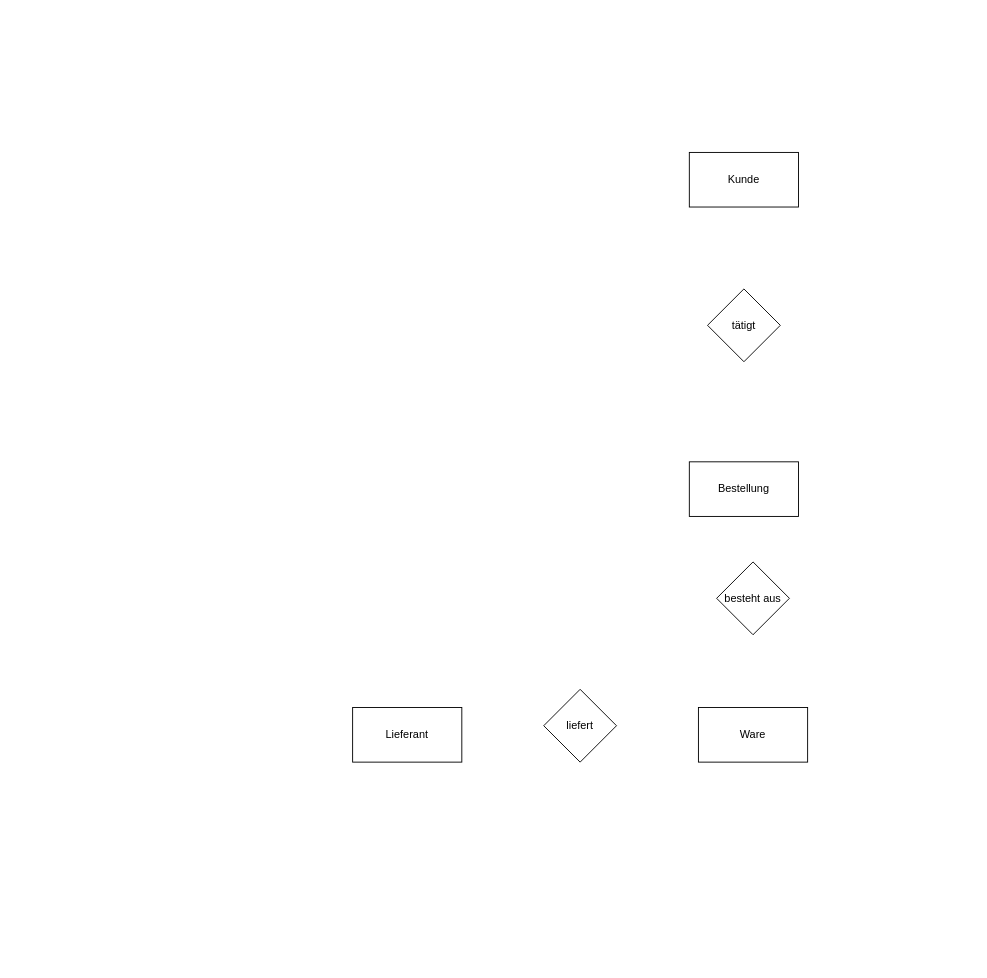
RegularK/eur0camp keeps this draw.io diagram as Untitled Diagram.drawio. Above is the earlier version. Source tidied: cells renumbered, new cells numbered last; positions are measured from the earlier drawing's top-left corner, leaving out a move shared by most shapes. Both pictures are drawn from the tidied source at 91%, with x=0, y=0 at pixel (352, 152).
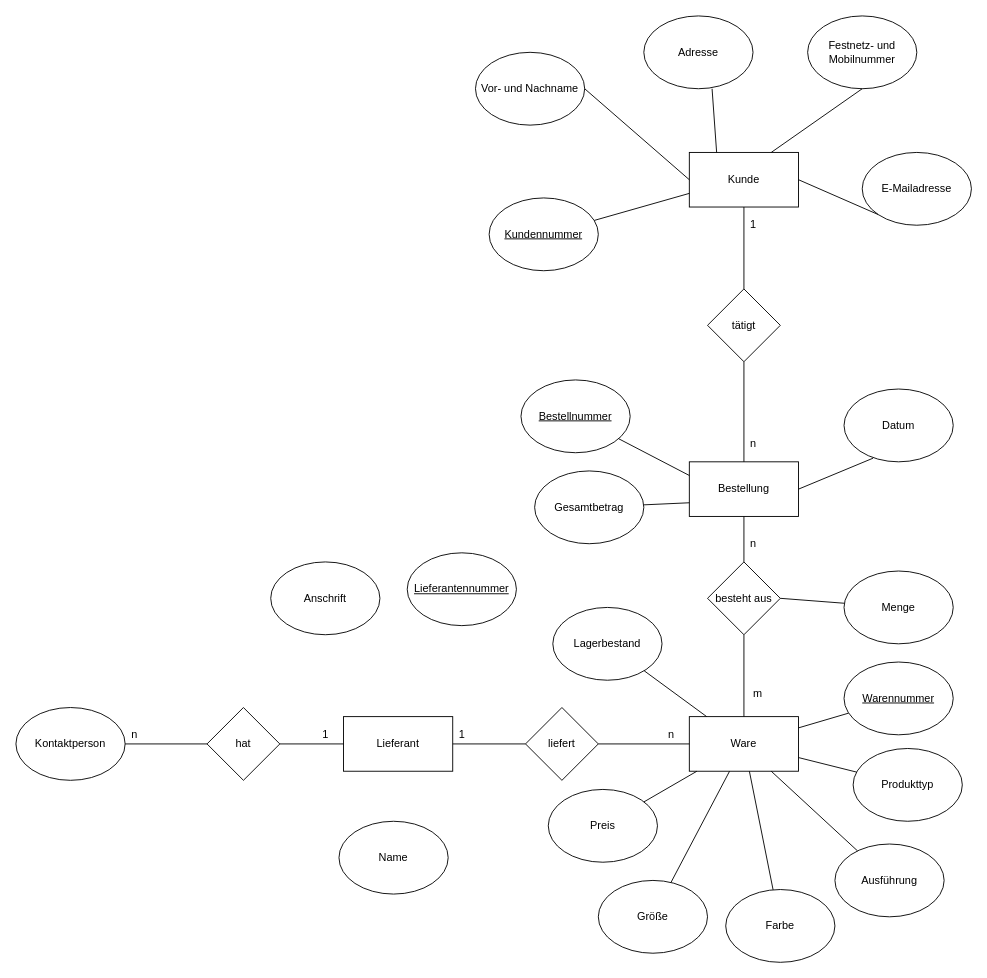
The same diagram, later.

The change refers to these unchanged cells:
```xml
<mxCell id="2" value="Kunde" style="rounded=0;whiteSpace=wrap;html=1;" parent="1" vertex="1">
  <mxGeometry x="370" width="120" height="60" as="geometry" />
</mxCell>
<mxCell id="3" value="Bestellung" style="rounded=0;whiteSpace=wrap;html=1;" parent="1" vertex="1">
  <mxGeometry x="370" y="340" width="120" height="60" as="geometry" />
</mxCell>
<mxCell id="6" value="tätigt" style="rhombus;whiteSpace=wrap;html=1;" parent="1" vertex="1">
  <mxGeometry x="390" y="150" width="80" height="80" as="geometry" />
</mxCell>
```

Change to the diagram source:
```diff
@@
     <mxCell id="4" value="Lieferant" style="rounded=0;whiteSpace=wrap;html=1;" parent="1" vertex="1">
-      <mxGeometry y="610" width="120" height="60" as="geometry" />
+      <mxGeometry x="-10" y="620" width="120" height="60" as="geometry" />
     </mxCell>
     <mxCell id="5" value="Ware" style="rounded=0;whiteSpace=wrap;html=1;" parent="1" vertex="1">
-      <mxGeometry x="380" y="610" width="120" height="60" as="geometry" />
+      <mxGeometry x="370" y="620" width="120" height="60" as="geometry" />
     </mxCell>
@@
     <mxCell id="7" value="besteht aus" style="rhombus;whiteSpace=wrap;html=1;" parent="1" vertex="1">
-      <mxGeometry x="400" y="450" width="80" height="80" as="geometry" />
+      <mxGeometry x="390" y="450" width="80" height="80" as="geometry" />
     </mxCell>
     <mxCell id="8" value="liefert" style="rhombus;whiteSpace=wrap;html=1;" parent="1" vertex="1">
-      <mxGeometry x="210" y="590" width="80" height="80" as="geometry" />
+      <mxGeometry x="190" y="610" width="80" height="80" as="geometry" />
     </mxCell>
+    <mxCell id="9" style="endArrow=none;html=1;rounded=0;entryX=0.5;entryY=1;entryDx=0;entryDy=0;exitX=0.5;exitY=0;exitDx=0;exitDy=0;" parent="1" edge="1" source="3" target="6">
+      <mxGeometry relative="1" as="geometry" />
+    </mxCell>
+    <mxCell id="10" style="endArrow=none;html=1;rounded=0;entryX=0.5;entryY=1;entryDx=0;entryDy=0;exitX=0.5;exitY=0;exitDx=0;exitDy=0;" parent="1" edge="1" source="7" target="3">
+      <mxGeometry relative="1" as="geometry" />
+    </mxCell>
+    <mxCell id="11" style="endArrow=none;html=1;rounded=0;entryX=0.5;entryY=1;entryDx=0;entryDy=0;exitX=0.5;exitY=0;exitDx=0;exitDy=0;" parent="1" edge="1" source="5" target="7">
+      <mxGeometry relative="1" as="geometry" />
+    </mxCell>
+    <mxCell id="12" style="endArrow=none;html=1;rounded=0;entryX=0;entryY=0.5;entryDx=0;entryDy=0;exitX=1;exitY=0.5;exitDx=0;exitDy=0;" parent="1" edge="1" source="8" target="5">
+      <mxGeometry relative="1" as="geometry" />
+    </mxCell>
+    <mxCell id="13" style="endArrow=none;html=1;rounded=0;exitX=1;exitY=0.5;exitDx=0;exitDy=0;" parent="1" edge="1" source="4" target="8">
+      <mxGeometry relative="1" as="geometry" />
+    </mxCell>
+    <mxCell id="14" style="endArrow=none;html=1;rounded=0;entryX=0.5;entryY=1;entryDx=0;entryDy=0;" parent="1" edge="1" source="6" target="2">
+      <mxGeometry relative="1" as="geometry" />
+    </mxCell>
+    <mxCell id="15" value="1" style="text;html=1;align=center;verticalAlign=middle;strokeColor=none;fillColor=none;" parent="1" vertex="1">
+      <mxGeometry x="425" y="65" width="30" height="30" as="geometry" />
+    </mxCell>
+    <mxCell id="16" value="n" style="text;html=1;align=center;verticalAlign=middle;strokeColor=none;fillColor=none;" parent="1" vertex="1">
+      <mxGeometry x="425" y="305" width="30" height="30" as="geometry" />
+    </mxCell>
+    <mxCell id="17" value="n" style="text;html=1;align=center;verticalAlign=middle;strokeColor=none;fillColor=none;" parent="1" vertex="1">
+      <mxGeometry x="425" y="415" width="30" height="30" as="geometry" />
+    </mxCell>
+    <mxCell id="18" value="m" style="text;html=1;align=center;verticalAlign=middle;strokeColor=none;fillColor=none;" parent="1" vertex="1">
+      <mxGeometry x="430" y="580" width="30" height="30" as="geometry" />
+    </mxCell>
+    <mxCell id="19" value="n" style="text;html=1;align=center;verticalAlign=middle;strokeColor=none;fillColor=none;" parent="1" vertex="1">
+      <mxGeometry x="335" y="625" width="30" height="30" as="geometry" />
+    </mxCell>
+    <mxCell id="20" value="1" style="text;html=1;align=center;verticalAlign=middle;strokeColor=none;fillColor=none;" parent="1" vertex="1">
+      <mxGeometry x="105" y="625" width="30" height="30" as="geometry" />
+    </mxCell>
+    <mxCell id="21" value="Vor- und Nachname" style="ellipse;whiteSpace=wrap;html=1;" parent="1" vertex="1">
+      <mxGeometry x="135" y="-110" width="120" height="80" as="geometry" />
+    </mxCell>
+    <mxCell id="22" value="Adresse" style="ellipse;whiteSpace=wrap;html=1;" parent="1" vertex="1">
+      <mxGeometry x="320" y="-150" width="120" height="80" as="geometry" />
+    </mxCell>
+    <mxCell id="23" value="Festnetz- und Mobilnummer" style="ellipse;whiteSpace=wrap;html=1;" parent="1" vertex="1">
+      <mxGeometry x="500" y="-150" width="120" height="80" as="geometry" />
+    </mxCell>
+    <mxCell id="24" value="E-Mailadresse" style="ellipse;whiteSpace=wrap;html=1;" parent="1" vertex="1">
+      <mxGeometry x="560" width="120" height="80" as="geometry" />
+    </mxCell>
+    <mxCell id="25" style="endArrow=none;html=1;rounded=0;entryX=0;entryY=1;entryDx=0;entryDy=0;exitX=1;exitY=0.5;exitDx=0;exitDy=0;" parent="1" edge="1" source="2" target="24">
+      <mxGeometry relative="1" as="geometry" />
+    </mxCell>
+    <mxCell id="26" style="endArrow=none;html=1;rounded=0;entryX=0.5;entryY=1;entryDx=0;entryDy=0;exitX=0.75;exitY=0;exitDx=0;exitDy=0;" parent="1" edge="1" source="2" target="23">
+      <mxGeometry relative="1" as="geometry" />
+    </mxCell>
+    <mxCell id="27" style="endArrow=none;html=1;rounded=0;entryX=0.625;entryY=1;entryDx=0;entryDy=0;entryPerimeter=0;exitX=0.25;exitY=0;exitDx=0;exitDy=0;" parent="1" edge="1" source="2" target="22">
+      <mxGeometry relative="1" as="geometry" />
+    </mxCell>
+    <mxCell id="28" style="endArrow=none;html=1;rounded=0;exitX=1;exitY=0.5;exitDx=0;exitDy=0;entryX=0;entryY=0.5;entryDx=0;entryDy=0;" parent="1" edge="1" source="21" target="2">
+      <mxGeometry relative="1" as="geometry" />
+    </mxCell>
+    <mxCell id="29" value="Datum" style="ellipse;whiteSpace=wrap;html=1;" parent="1" vertex="1">
+      <mxGeometry x="540" y="260" width="120" height="80" as="geometry" />
+    </mxCell>
+    <mxCell id="30" value="Gesamtbetrag" style="ellipse;whiteSpace=wrap;html=1;" parent="1" vertex="1">
+      <mxGeometry x="200" y="350" width="120" height="80" as="geometry" />
+    </mxCell>
+    <mxCell id="31" value="&lt;u&gt;Bestellnummer&lt;/u&gt;" style="ellipse;whiteSpace=wrap;html=1;" parent="1" vertex="1">
+      <mxGeometry x="185" y="250" width="120" height="80" as="geometry" />
+    </mxCell>
+    <mxCell id="32" style="endArrow=none;html=1;rounded=0;entryX=1;entryY=0.5;entryDx=0;entryDy=0;exitX=0.266;exitY=0.95;exitDx=0;exitDy=0;exitPerimeter=0;" parent="1" edge="1" source="29" target="3">
+      <mxGeometry relative="1" as="geometry" />
+    </mxCell>
+    <mxCell id="33" style="endArrow=none;html=1;rounded=0;exitX=0;exitY=0.75;exitDx=0;exitDy=0;" parent="1" edge="1" source="3" target="30">
+      <mxGeometry relative="1" as="geometry" />
+    </mxCell>
+    <mxCell id="34" style="endArrow=none;html=1;rounded=0;exitX=0;exitY=0.25;exitDx=0;exitDy=0;" parent="1" edge="1" source="3" target="31">
+      <mxGeometry relative="1" as="geometry" />
+    </mxCell>
+    <mxCell id="35" value="Menge" style="ellipse;whiteSpace=wrap;html=1;" parent="1" vertex="1">
+      <mxGeometry x="540" y="460" width="120" height="80" as="geometry" />
+    </mxCell>
+    <mxCell id="36" style="endArrow=none;html=1;rounded=0;exitX=1;exitY=0.5;exitDx=0;exitDy=0;" parent="1" edge="1" source="7" target="35">
+      <mxGeometry relative="1" as="geometry" />
+    </mxCell>
+    <mxCell id="37" value="&lt;u&gt;Kundennummer&lt;/u&gt;" style="ellipse;whiteSpace=wrap;html=1;" parent="1" vertex="1">
+      <mxGeometry x="150" y="50" width="120" height="80" as="geometry" />
+    </mxCell>
+    <mxCell id="38" style="endArrow=none;html=1;rounded=0;entryX=0;entryY=0.75;entryDx=0;entryDy=0;" parent="1" edge="1" source="37" target="2">
+      <mxGeometry relative="1" as="geometry" />
+    </mxCell>
+    <mxCell id="39" value="&lt;u&gt;Warennummer&lt;/u&gt;" style="ellipse;whiteSpace=wrap;html=1;" parent="1" vertex="1">
+      <mxGeometry x="540" y="560" width="120" height="80" as="geometry" />
+    </mxCell>
+    <mxCell id="40" value="Ausführung" style="ellipse;whiteSpace=wrap;html=1;" parent="1" vertex="1">
+      <mxGeometry x="530" y="760" width="120" height="80" as="geometry" />
+    </mxCell>
+    <mxCell id="41" value="Produkttyp" style="ellipse;whiteSpace=wrap;html=1;" parent="1" vertex="1">
+      <mxGeometry x="550" y="655" width="120" height="80" as="geometry" />
+    </mxCell>
+    <mxCell id="42" value="Farbe" style="ellipse;whiteSpace=wrap;html=1;" parent="1" vertex="1">
+      <mxGeometry x="410" y="810" width="120" height="80" as="geometry" />
+    </mxCell>
+    <mxCell id="43" value="Größe" style="ellipse;whiteSpace=wrap;html=1;" parent="1" vertex="1">
+      <mxGeometry x="270" y="800" width="120" height="80" as="geometry" />
+    </mxCell>
+    <mxCell id="44" value="Lagerbestand" style="ellipse;whiteSpace=wrap;html=1;" parent="1" vertex="1">
+      <mxGeometry x="220" y="500" width="120" height="80" as="geometry" />
+    </mxCell>
+    <mxCell id="45" value="Preis" style="ellipse;whiteSpace=wrap;html=1;" parent="1" vertex="1">
+      <mxGeometry x="215" y="700" width="120" height="80" as="geometry" />
+    </mxCell>
+    <mxCell id="46" style="endArrow=none;html=1;rounded=0;" parent="1" edge="1" source="5" target="44">
+      <mxGeometry relative="1" as="geometry" />
+    </mxCell>
+    <mxCell id="47" style="endArrow=none;html=1;rounded=0;" parent="1" edge="1" source="5" target="39">
+      <mxGeometry relative="1" as="geometry" />
+    </mxCell>
+    <mxCell id="48" style="endArrow=none;html=1;rounded=0;" parent="1" edge="1" source="5" target="41">
+      <mxGeometry relative="1" as="geometry" />
+    </mxCell>
+    <mxCell id="49" style="endArrow=none;html=1;rounded=0;exitX=0.75;exitY=1;exitDx=0;exitDy=0;" parent="1" edge="1" source="5" target="40">
+      <mxGeometry relative="1" as="geometry" />
+    </mxCell>
+    <mxCell id="50" style="endArrow=none;html=1;rounded=0;" parent="1" edge="1" source="42" target="5">
+      <mxGeometry relative="1" as="geometry" />
+    </mxCell>
+    <mxCell id="51" style="endArrow=none;html=1;rounded=0;" parent="1" edge="1" source="43" target="5">
+      <mxGeometry relative="1" as="geometry" />
+    </mxCell>
+    <mxCell id="52" style="endArrow=none;html=1;rounded=0;" parent="1" edge="1" source="45" target="5">
+      <mxGeometry relative="1" as="geometry" />
+    </mxCell>
+    <mxCell id="53" value="Kontaktperson" style="ellipse;whiteSpace=wrap;html=1;" parent="1" vertex="1">
+      <mxGeometry x="-370" y="610" width="120" height="80" as="geometry" />
+    </mxCell>
+    <mxCell id="54" value="hat" style="rhombus;whiteSpace=wrap;html=1;" parent="1" vertex="1">
+      <mxGeometry x="-160" y="610" width="80" height="80" as="geometry" />
+    </mxCell>
+    <mxCell id="55" style="endArrow=none;html=1;rounded=0;entryX=0;entryY=0.5;entryDx=0;entryDy=0;" parent="1" edge="1" source="54" target="4">
+      <mxGeometry relative="1" as="geometry" />
+    </mxCell>
+    <mxCell id="56" style="endArrow=none;html=1;rounded=0;" parent="1" edge="1" source="53" target="54">
+      <mxGeometry relative="1" as="geometry" />
+    </mxCell>
+    <mxCell id="57" value="1" style="text;html=1;align=center;verticalAlign=middle;strokeColor=none;fillColor=none;" parent="1" vertex="1">
+      <mxGeometry x="-45" y="625" width="30" height="30" as="geometry" />
+    </mxCell>
+    <mxCell id="58" value="n" style="text;html=1;align=center;verticalAlign=middle;strokeColor=none;fillColor=none;" parent="1" vertex="1">
+      <mxGeometry x="-255" y="625" width="30" height="30" as="geometry" />
+    </mxCell>
+    <mxCell id="59" value="&lt;u&gt;Lieferantennummer&lt;/u&gt;" style="ellipse;whiteSpace=wrap;html=1;" parent="1" vertex="1">
+      <mxGeometry x="60" y="440" width="120" height="80" as="geometry" />
+    </mxCell>
+    <mxCell id="60" value="Anschrift" style="ellipse;whiteSpace=wrap;html=1;" parent="1" vertex="1">
+      <mxGeometry x="-90" y="450" width="120" height="80" as="geometry" />
+    </mxCell>
+    <mxCell id="61" value="Name" style="ellipse;whiteSpace=wrap;html=1;" parent="1" vertex="1">
+      <mxGeometry x="-15" y="735" width="120" height="80" as="geometry" />
+    </mxCell>
```
